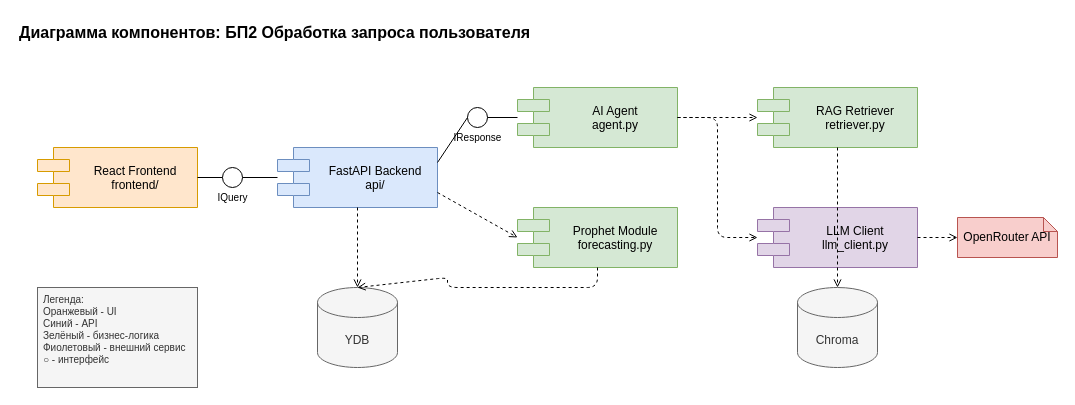
The draw.io diagram page "БП2 Обработка запроса" (2 of 3) of models/COMPONENT/component_diagrams.drawio in Vad1mah/irkutsk-tourism-ias, before the edit. Source tidied: cells renumbered, new cells numbered last; positions are measured from the earlier drawing's top-left corner, leaving out a move shared by most shapes. Both pictures are drawn from the tidied source at 100%, with x=0, y=0 at pixel (17, 17).
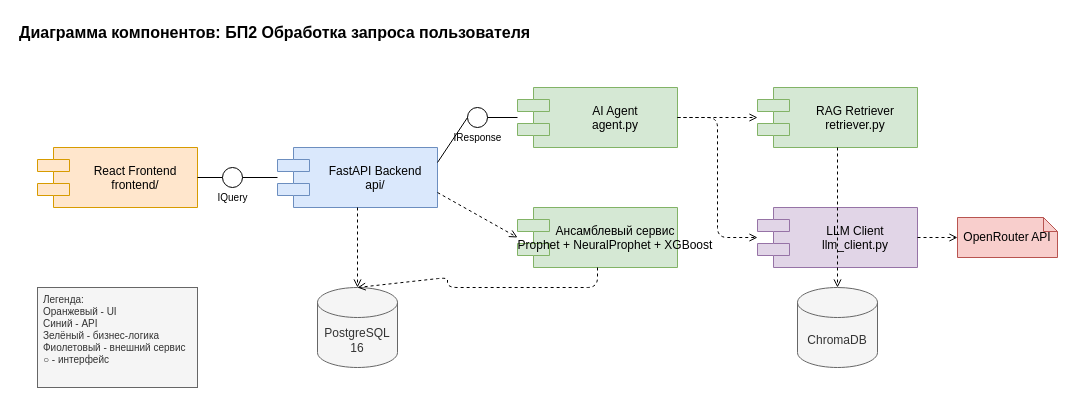
The same page after the edit.

What changed in the source:
```diff
@@
-    <mxCell id="6" value="Prophet Module&#10;forecasting.py" style="shape=component;align=center;spacingLeft=36;fillColor=#d5e8d4;strokeColor=#82b366;" parent="1" vertex="1">
+    <mxCell id="6" value="Ансамблевый сервис&#10;Prophet + NeuralProphet + XGBoost" style="shape=component;align=center;spacingLeft=36;fillColor=#d5e8d4;strokeColor=#82b366;" parent="1" vertex="1">
       <mxGeometry x="500" y="190" width="160" height="60" as="geometry" />
     </mxCell>
@@
-    <mxCell id="9" value="YDB" style="shape=cylinder3;whiteSpace=wrap;html=1;boundedLbl=1;backgroundOutline=1;size=15;fillColor=#f5f5f5;strokeColor=#666666;fontColor=#333333;" parent="1" vertex="1">
+    <mxCell id="9" value="PostgreSQL 16" style="shape=cylinder3;whiteSpace=wrap;html=1;boundedLbl=1;backgroundOutline=1;size=15;fillColor=#f5f5f5;strokeColor=#666666;fontColor=#333333;" parent="1" vertex="1">
       <mxGeometry x="300" y="270" width="80" height="80" as="geometry" />
     </mxCell>
-    <mxCell id="10" value="Chroma" style="shape=cylinder3;whiteSpace=wrap;html=1;boundedLbl=1;backgroundOutline=1;size=15;fillColor=#f5f5f5;strokeColor=#666666;fontColor=#333333;" parent="1" vertex="1">
+    <mxCell id="10" value="ChromaDB" style="shape=cylinder3;whiteSpace=wrap;html=1;boundedLbl=1;backgroundOutline=1;size=15;fillColor=#f5f5f5;strokeColor=#666666;fontColor=#333333;" parent="1" vertex="1">
       <mxGeometry x="780" y="270" width="80" height="80" as="geometry" />
     </mxCell>
```
